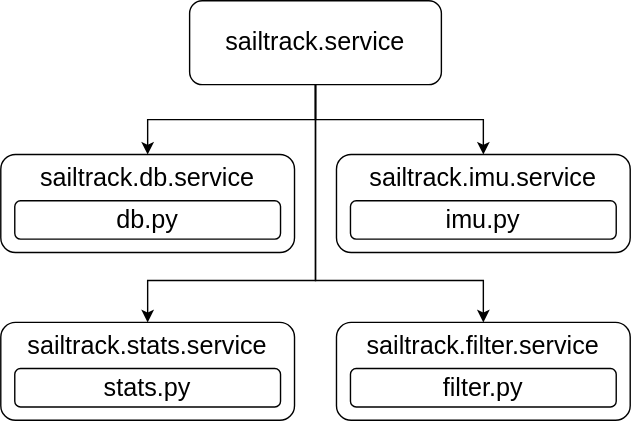
Above: SailTrack Core/software-diagram.svg in metisvela/sailtrack (draw.io), before the change. Source tidied: cells renumbered, new cells last; positions are measured from the earlier drawing's top-left corner, leaving out a move shared by most shapes.
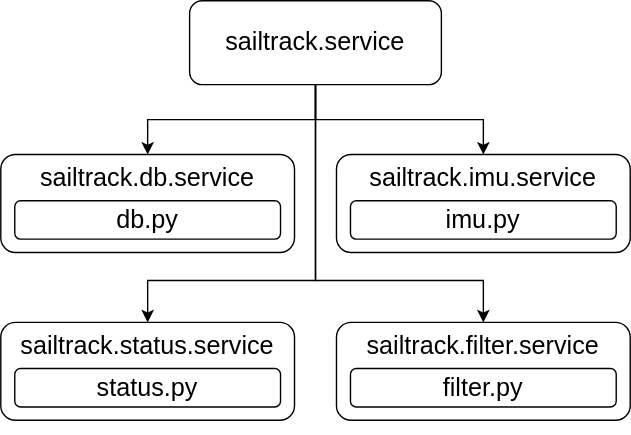
Above is the later version.

What changed in the source:
```diff
@@ -48,10 +48,10 @@
     <mxCell id="13" style="group;fontSize=16;" parent="1" vertex="1">
       <mxGeometry y="230" width="210" height="80" as="geometry" />
     </mxCell>
-    <mxCell id="14" value="&lt;font style=&quot;font-size: 18px&quot;&gt;sailtrack.stats.service&lt;/font&gt;" style="rounded=1;whiteSpace=wrap;html=1;verticalAlign=top;" parent="13" vertex="1">
+    <mxCell id="14" value="&lt;font style=&quot;font-size: 18px&quot;&gt;sailtrack.status.service&lt;/font&gt;" style="rounded=1;whiteSpace=wrap;html=1;verticalAlign=top;" parent="13" vertex="1">
       <mxGeometry width="210" height="70" as="geometry" />
     </mxCell>
-    <mxCell id="15" value="stats.py" style="rounded=1;whiteSpace=wrap;html=1;fontSize=18;verticalAlign=middle;" parent="13" vertex="1">
+    <mxCell id="15" value="status.py" style="rounded=1;whiteSpace=wrap;html=1;fontSize=18;verticalAlign=middle;" parent="13" vertex="1">
       <mxGeometry x="10" y="33" width="190" height="27.4" as="geometry" />
     </mxCell>
     <mxCell id="16" style="group;fontSize=16;" parent="1" vertex="1">
```
